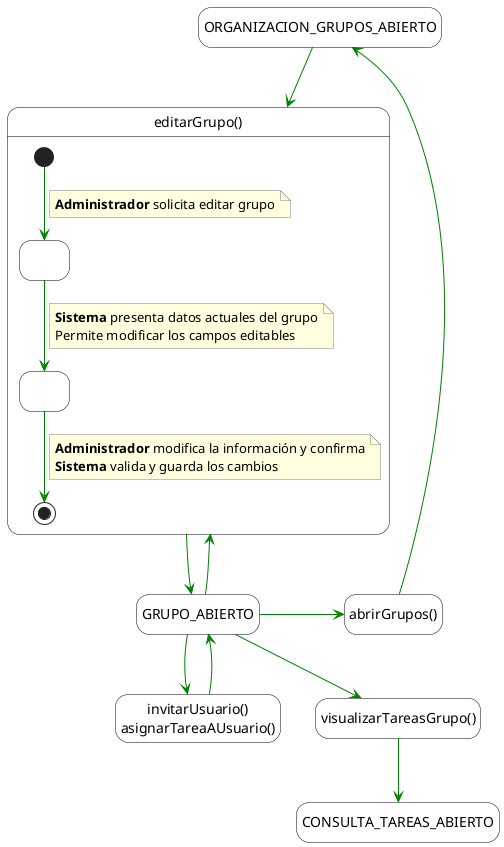
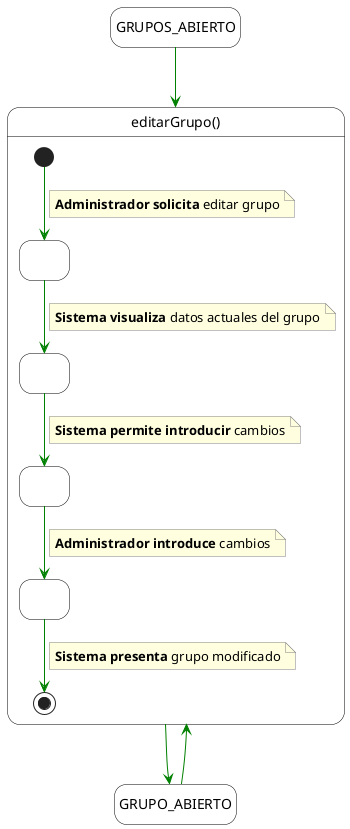
@startuml
hide empty description

' Estilos visuales
skinparam state {
    BackgroundColor White
    BorderColor Black
    ArrowColor Green
}
skinparam note {
    BackgroundColor LightYellow
    BorderColor Gray
}

- ' 1. Entradas (Estados desde los que se puede llamar a editarGrupo)
- ' Según el diagrama: desde la lista (ORGANIZACION) o desde el propio detalle (GRUPO self-loop)
- state ORGANIZACION_GRUPOS_ABIERTO
+ ' 1. Estados de Entrada
+ state GRUPOS_ABIERTO
state GRUPO_ABIERTO

' 2. Estado compuesto principal: editarGrupo()
state "editarGrupo()" as MainBlock {

+     ' Inicio
    [*] --> Paso1
    note on link
-         **Administrador** solicita editar grupo
+         **Administrador solicita** editar grupo
    end note

    state Paso1 as " "

+     ' Acción del Sistema 1: Mostrar lo que hay
    Paso1 --> Paso2
    note on link
-         **Sistema** presenta datos actuales del grupo
-         Permite modificar los campos editables
+         **Sistema visualiza** datos actuales del grupo
    end note

    state Paso2 as " "

-     Paso2 --> [*]
+     ' Acción del Sistema 2: Habilitar edición (Separado)
+     Paso2 --> Paso3
    note on link
-         **Administrador** modifica la información y confirma
-         **Sistema** valida y guarda los cambios
+         **Sistema permite introducir** cambios
+     end note
+ 
+     state Paso3 as " "
+ 
+     ' Acción del Actor: Escribir
+     Paso3 --> Paso4
+     note on link
+         **Administrador introduce** cambios
+     end note
+ 
+     state Paso4 as " "
+ 
+     ' Acción del Sistema 3: Confirmación final
+     Paso4 --> [*]
+     note on link
+         **Sistema presenta** grupo modificado
    end note
}

- ' Conexiones de entrada
- ORGANIZACION_GRUPOS_ABIERTO -down-> MainBlock
+ ' 3. Conexiones de Entrada
+ GRUPOS_ABIERTO -down-> MainBlock
GRUPO_ABIERTO -down-> MainBlock

- ' 3. Salida (El resultado final es estar en la vista del grupo)
+ ' 4. Salida
MainBlock -down-> GRUPO_ABIERTO

- ' 4. Operaciones disponibles tras editar (Salidas desde GRUPO_ABIERTO según Contexto)
- 
- ' Bucles de gestión dentro del grupo
- state operacionesInternas as "invitarUsuario()\nasignarTareaAUsuario()"
- GRUPO_ABIERTO -down-> operacionesInternas
- operacionesInternas -up-> GRUPO_ABIERTO
- 
- ' Navegación hacia tareas
- state CONSULTA_TAREAS_ABIERTO
- state irTareas as "visualizarTareasGrupo()"
- GRUPO_ABIERTO -down-> irTareas
- irTareas -down-> CONSULTA_TAREAS_ABIERTO
- 
- ' Volver a la lista general
- state volverLista as "abrirGrupos()"
- GRUPO_ABIERTO -right-> volverLista
- volverLista -up-> ORGANIZACION_GRUPOS_ABIERTO
- 
@enduml